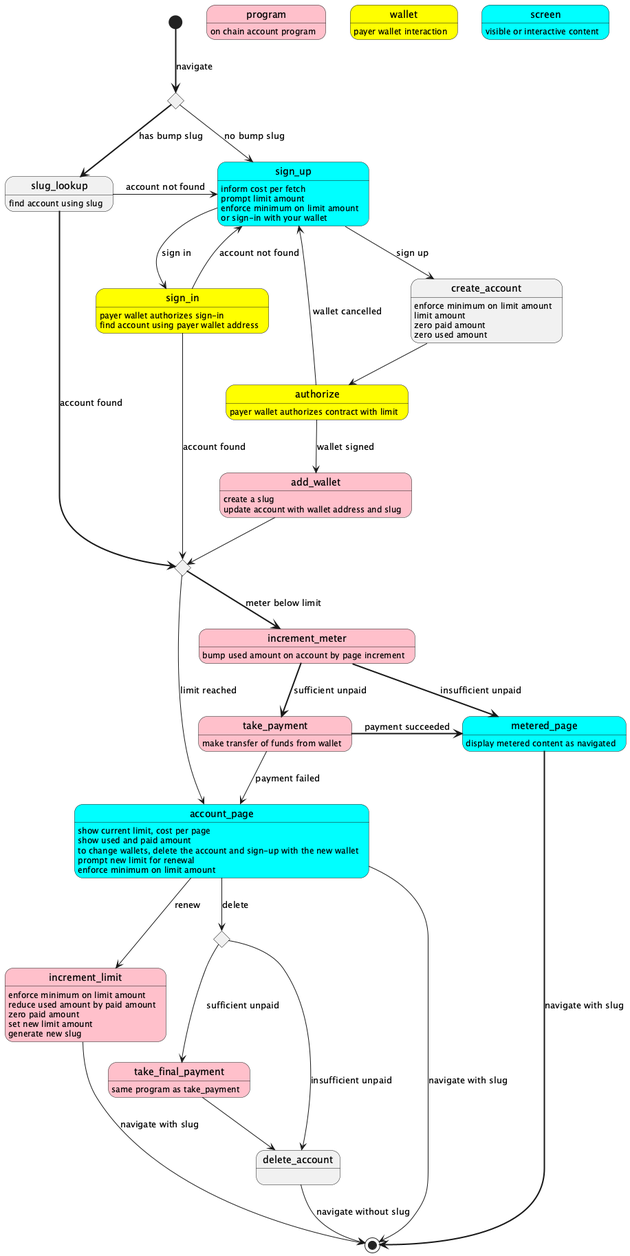
Above: state-machine.png in wbreeze/sol-pay (PlantUML), before the change. Source of this version:
```plantuml
@startuml
state program #pink
program : on chain account program

state wallet #yellow
wallet : payer wallet interaction

state screen #cyan
screen : visible or interactive content

state bumpslugcheck <<choice>>
state sign_up #cyan
state create_account
state sign_in #yellow
state slug_lookup
state authorize #yellow
state add_wallet #pink
state metered_page
state increment_meter #pink
state check_limit <<choice>>
state take_payment #pink
state account_page #cyan
state metered_page #cyan
state increment_limit #pink
state check_collect <<choice>>
state take_final_payment #pink
state delete_account

[*] -[bold]-> bumpslugcheck : navigate
bumpslugcheck --> sign_up : no bump slug
bumpslugcheck -[bold]-> slug_lookup : has bump slug

slug_lookup : find account using slug
slug_lookup -> sign_up : account not found
slug_lookup -[bold]-> check_limit : account found

sign_up : inform cost per fetch
sign_up : prompt limit amount
sign_up : enforce minimum on limit amount
sign_up : or sign-in with your wallet
sign_up --> create_account : sign up
sign_up --> sign_in : sign in

sign_in : payer wallet authorizes sign-in
sign_in : find account using payer wallet address
sign_in --> check_limit : account found
sign_in --> sign_up : account not found

create_account : enforce minimum on limit amount
create_account : limit amount
create_account : zero paid amount
create_account : zero used amount
create_account --> authorize

authorize : payer wallet authorizes contract with limit
authorize -> sign_up : wallet cancelled
authorize --> add_wallet : wallet signed

add_wallet : create a slug
add_wallet : update account with wallet address and slug
add_wallet --> check_limit

metered_page : display metered content as navigated
metered_page -[bold]-> [*] : navigate with slug

increment_meter : bump used amount on account by page increment
increment_meter -[bold]-> take_payment : sufficient unpaid
increment_meter -[bold]-> metered_page : insufficient unpaid

check_limit -> account_page : limit reached
check_limit -[bold]-> increment_meter : meter below limit

take_payment : make transfer of funds from wallet
take_payment --> account_page : payment failed
take_payment -r[bold]-> metered_page : payment succeeded

account_page: show current limit, cost per page
account_page: show used and paid amount
account_page: to change wallets, delete the account and sign-up with the new wallet
account_page: prompt new limit for renewal
account_page: enforce minimum on limit amount
account_page -> [*] : navigate with slug
account_page --> increment_limit : renew
account_page --> check_collect : delete

increment_limit: enforce minimum on limit amount
increment_limit: reduce used amount by paid amount
increment_limit: zero paid amount
increment_limit: set new limit amount
increment_limit: generate new slug
increment_limit --> [*] : navigate with slug

check_collect --> take_final_payment : sufficient unpaid
check_collect --> delete_account : insufficient unpaid

take_final_payment: same program as take_payment
take_final_payment --> delete_account

delete_account --> [*] : navigate without slug

@enduml
```
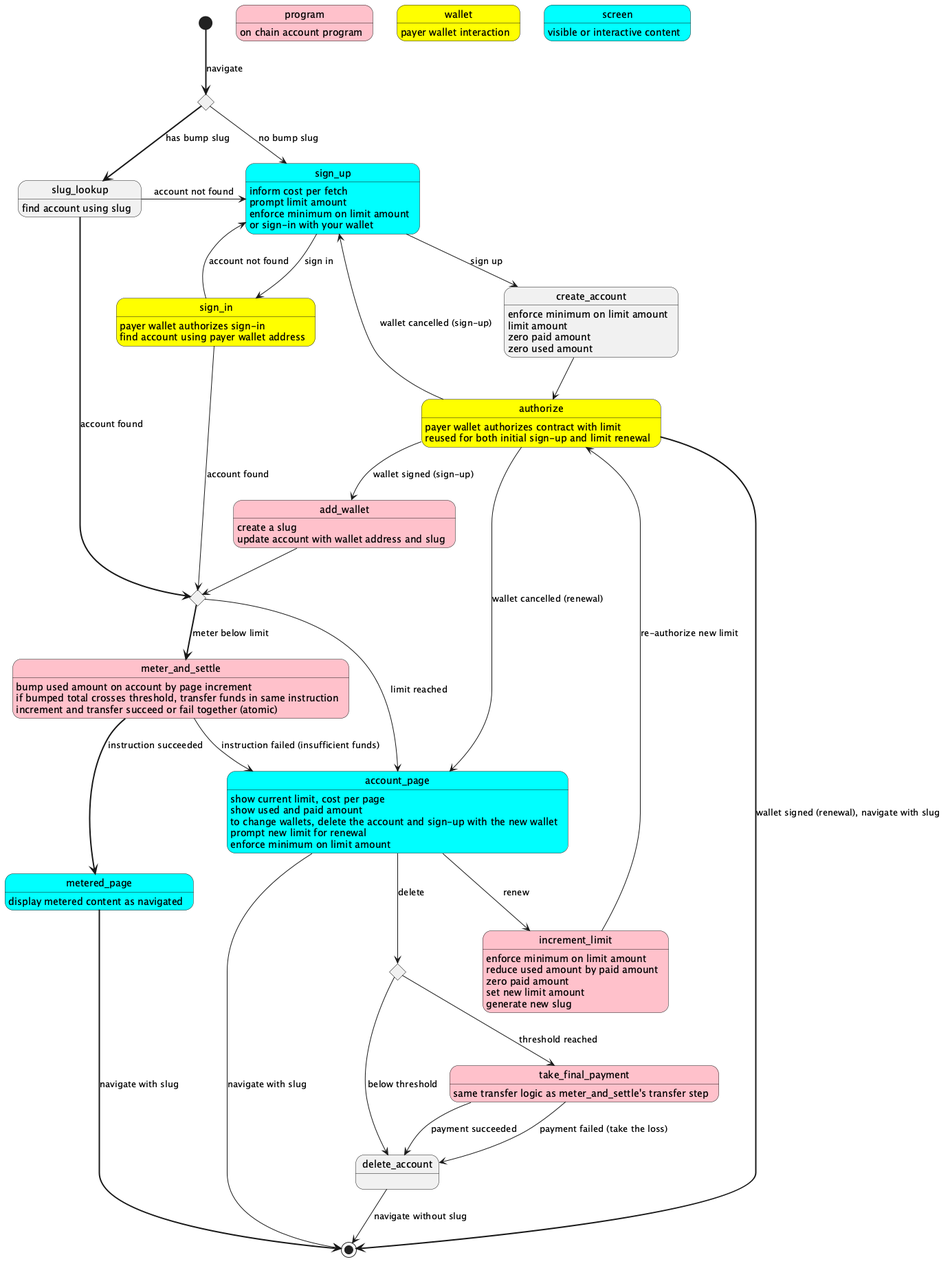
After the commit.

Commit message:
Revised state machine addresses failed payment after increment flaw

Diff of the diagram source:
```diff
@@ -16,9 +16,8 @@
 state authorize #yellow
 state add_wallet #pink
 state metered_page
-state increment_meter #pink
+state meter_and_settle #pink
 state check_limit <<choice>>
-state take_payment #pink
 state account_page #cyan
 state metered_page #cyan
 state increment_limit #pink
@@ -53,8 +52,11 @@
 create_account --> authorize
 
 authorize : payer wallet authorizes contract with limit
-authorize -> sign_up : wallet cancelled
-authorize --> add_wallet : wallet signed
+authorize : reused for both initial sign-up and limit renewal
+authorize -> sign_up : wallet cancelled (sign-up)
+authorize --> add_wallet : wallet signed (sign-up)
+authorize -> account_page : wallet cancelled (renewal)
+authorize -[bold]-> [*] : wallet signed (renewal), navigate with slug
 
 add_wallet : create a slug
 add_wallet : update account with wallet address and slug
@@ -63,16 +65,14 @@
 metered_page : display metered content as navigated
 metered_page -[bold]-> [*] : navigate with slug
 
-increment_meter : bump used amount on account by page increment
-increment_meter -[bold]-> take_payment : sufficient unpaid
-increment_meter -[bold]-> metered_page : insufficient unpaid
+meter_and_settle : bump used amount on account by page increment
+meter_and_settle : if bumped total crosses threshold, transfer funds in same instruction
+meter_and_settle : increment and transfer succeed or fail together (atomic)
+meter_and_settle -[bold]-> metered_page : instruction succeeded
+meter_and_settle --> account_page : instruction failed (insufficient funds)
 
 check_limit -> account_page : limit reached
-check_limit -[bold]-> increment_meter : meter below limit
-
-take_payment : make transfer of funds from wallet
-take_payment --> account_page : payment failed
-take_payment -r[bold]-> metered_page : payment succeeded
+check_limit -[bold]-> meter_and_settle : meter below limit
 
 account_page: show current limit, cost per page
 account_page: show used and paid amount
@@ -88,13 +88,14 @@
 increment_limit: zero paid amount
 increment_limit: set new limit amount
 increment_limit: generate new slug
-increment_limit --> [*] : navigate with slug
+increment_limit --> authorize : re-authorize new limit
 
-check_collect --> take_final_payment : sufficient unpaid
-check_collect --> delete_account : insufficient unpaid
+check_collect --> take_final_payment : threshold reached
+check_collect --> delete_account : below threshold
 
-take_final_payment: same program as take_payment
-take_final_payment --> delete_account
+take_final_payment: same transfer logic as meter_and_settle's transfer step
+take_final_payment --> delete_account : payment succeeded
+take_final_payment --> delete_account : payment failed (take the loss)
 
 delete_account --> [*] : navigate without slug
 
```
